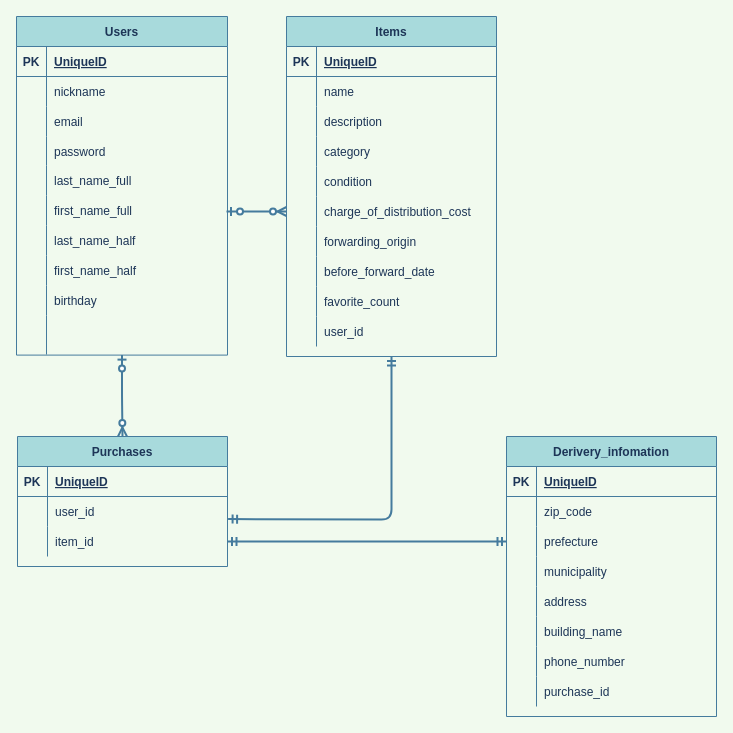
This is ER.dio from konno-tech/furima-31063, a draw.io file, before an edit. Source tidied: cells renumbered, new cells numbered last; positions are measured from the earlier drawing's top-left corner, leaving out a move shared by most shapes. Both pictures are drawn from the tidied source at 100%, with x=0, y=0 at pixel (16, 16).
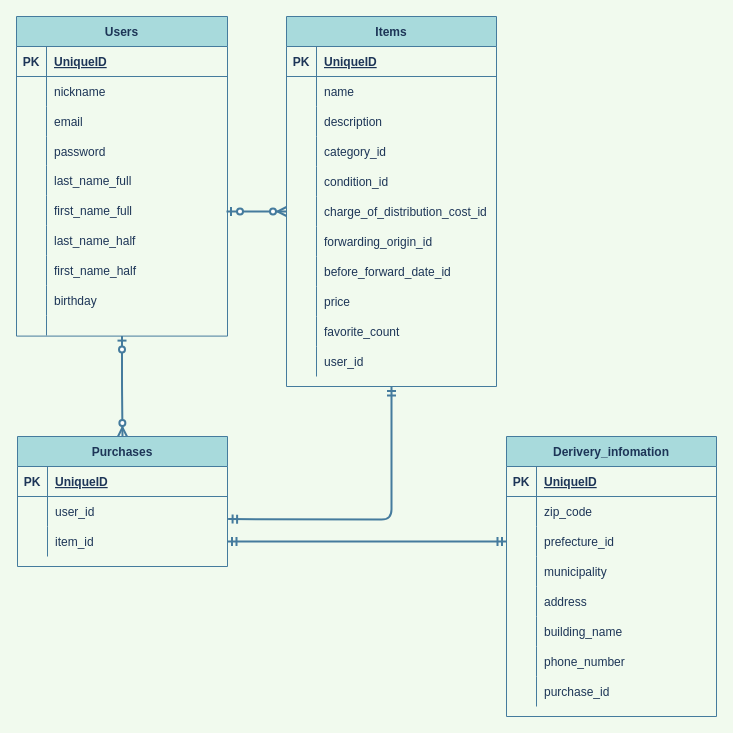
The same page after the edit.

Commit message (it also covers changes not shown here):
ER図・READMEへのテーブル設計記述_提出2回目

The change refers to these unchanged cells:
```xml
<mxCell id="45" style="shape=partialRectangle;fillColor=none;top=0;left=0;bottom=0;right=0;strokeColor=#457B9D;fontColor=#1D3557;" parent="35" vertex="1">
  <mxGeometry y="120" width="210" height="30" as="geometry" />
</mxCell>
<mxCell id="48" style="shape=partialRectangle;fillColor=none;top=0;left=0;bottom=0;right=0;strokeColor=#457B9D;fontColor=#1D3557;" parent="35" vertex="1">
  <mxGeometry y="150" width="210" height="30" as="geometry" />
</mxCell>
<mxCell id="51" style="shape=partialRectangle;fillColor=none;top=0;left=0;bottom=0;right=0;points=[[0,0.5],[1,0.5]];portConstraint=eastwest;strokeColor=#457B9D;fontColor=#1D3557;" parent="35" vertex="1">
  <mxGeometry y="180" width="210" height="30" as="geometry" />
</mxCell>
<mxCell id="54" style="shape=partialRectangle;fillColor=none;top=0;left=0;bottom=0;right=0;strokeColor=#457B9D;fontColor=#1D3557;" parent="35" vertex="1">
  <mxGeometry y="210" width="210" height="30" as="geometry" />
</mxCell>
<mxCell id="57" style="shape=partialRectangle;fillColor=none;top=0;left=0;bottom=0;right=0;strokeColor=#457B9D;fontColor=#1D3557;" parent="35" vertex="1">
  <mxGeometry y="240" width="210" height="30" as="geometry" />
</mxCell>
<mxCell id="85" style="shape=partialRectangle;fillColor=none;top=0;left=0;bottom=0;right=0;points=[[0,0.5],[1,0.5]];portConstraint=eastwest;strokeColor=#457B9D;fontColor=#1D3557;" parent="78" vertex="1">
  <mxGeometry y="90" width="210" height="30" as="geometry" />
</mxCell>
```

Change to the diagram source:
```diff
@@
     <mxCell id="2" value="Users" style="shape=table;startSize=30;childLayout=tableLayout;rowLines=0;fontStyle=1;align=center;fillColor=#A8DADC;strokeColor=#457B9D;fontColor=#1D3557;" parent="1" vertex="1">
-      <mxGeometry width="211" height="338.6" as="geometry" />
+      <mxGeometry width="211" height="319.6" as="geometry" />
     </mxCell>
@@
     <mxCell id="30" style="shape=partialRectangle;fillColor=none;top=0;left=0;bottom=0;right=0;strokeColor=#457B9D;fontColor=#1D3557;" parent="2" vertex="1">
-      <mxGeometry y="299" width="211" height="39" as="geometry" />
+      <mxGeometry y="299" width="211" height="20" as="geometry" />
     </mxCell>
     <mxCell id="31" style="shape=partialRectangle;fillColor=none;top=0;left=0;bottom=0;right=0;overflow=hidden;strokeColor=#457B9D;fontColor=#1D3557;" parent="30" vertex="1">
-      <mxGeometry width="30" height="39" as="geometry" />
+      <mxGeometry width="30" height="20" as="geometry" />
     </mxCell>
     <mxCell id="32" style="shape=partialRectangle;fillColor=none;top=0;left=0;bottom=0;right=0;align=left;spacingLeft=6;overflow=hidden;strokeColor=#457B9D;fontColor=#1D3557;" parent="30" vertex="1">
-      <mxGeometry x="30" width="181" height="39" as="geometry" />
+      <mxGeometry x="30" width="181" height="20" as="geometry" />
     </mxCell>
@@
     <mxCell id="35" value="Items" style="shape=table;startSize=30;childLayout=tableLayout;rowLines=0;fontStyle=1;align=center;fillColor=#A8DADC;strokeColor=#457B9D;fontColor=#1D3557;" parent="1" vertex="1">
-      <mxGeometry x="270" width="210" height="340" as="geometry" />
+      <mxGeometry x="270" width="210" height="370" as="geometry" />
     </mxCell>
@@
-    <mxCell id="47" value="category" style="shape=partialRectangle;fillColor=none;top=0;left=0;bottom=0;right=0;align=left;spacingLeft=6;overflow=hidden;strokeColor=#457B9D;fontColor=#1D3557;" parent="45" vertex="1">
+    <mxCell id="47" value="category_id" style="shape=partialRectangle;fillColor=none;top=0;left=0;bottom=0;right=0;align=left;spacingLeft=6;overflow=hidden;strokeColor=#457B9D;fontColor=#1D3557;" parent="45" vertex="1">
       <mxGeometry x="30" width="180" height="30" as="geometry" />
     </mxCell>
@@
-    <mxCell id="50" value="condition" style="shape=partialRectangle;fillColor=none;top=0;left=0;bottom=0;right=0;align=left;spacingLeft=6;overflow=hidden;strokeColor=#457B9D;fontColor=#1D3557;" parent="48" vertex="1">
+    <mxCell id="50" value="condition_id" style="shape=partialRectangle;fillColor=none;top=0;left=0;bottom=0;right=0;align=left;spacingLeft=6;overflow=hidden;strokeColor=#457B9D;fontColor=#1D3557;" parent="48" vertex="1">
       <mxGeometry x="30" width="180" height="30" as="geometry" />
     </mxCell>
@@
-    <mxCell id="53" value="charge_of_distribution_cost" style="shape=partialRectangle;fillColor=none;top=0;left=0;bottom=0;right=0;align=left;spacingLeft=6;overflow=hidden;strokeColor=#457B9D;fontColor=#1D3557;" parent="51" vertex="1">
+    <mxCell id="53" value="charge_of_distribution_cost_id" style="shape=partialRectangle;fillColor=none;top=0;left=0;bottom=0;right=0;align=left;spacingLeft=6;overflow=hidden;strokeColor=#457B9D;fontColor=#1D3557;" parent="51" vertex="1">
       <mxGeometry x="30" width="180" height="30" as="geometry" />
     </mxCell>
@@
-    <mxCell id="56" value="forwarding_origin" style="shape=partialRectangle;fillColor=none;top=0;left=0;bottom=0;right=0;align=left;spacingLeft=6;overflow=hidden;strokeColor=#457B9D;fontColor=#1D3557;" parent="54" vertex="1">
+    <mxCell id="56" value="forwarding_origin_id" style="shape=partialRectangle;fillColor=none;top=0;left=0;bottom=0;right=0;align=left;spacingLeft=6;overflow=hidden;strokeColor=#457B9D;fontColor=#1D3557;" parent="54" vertex="1">
       <mxGeometry x="30" width="180" height="30" as="geometry" />
     </mxCell>
@@
-    <mxCell id="59" value="before_forward_date" style="shape=partialRectangle;fillColor=none;top=0;left=0;bottom=0;right=0;align=left;spacingLeft=6;overflow=hidden;strokeColor=#457B9D;fontColor=#1D3557;" parent="57" vertex="1">
+    <mxCell id="59" value="before_forward_date_id" style="shape=partialRectangle;fillColor=none;top=0;left=0;bottom=0;right=0;align=left;spacingLeft=6;overflow=hidden;strokeColor=#457B9D;fontColor=#1D3557;" parent="57" vertex="1">
       <mxGeometry x="30" width="180" height="30" as="geometry" />
     </mxCell>
+    <mxCell id="103" style="shape=partialRectangle;fillColor=none;top=0;left=0;bottom=0;right=0;strokeColor=#457B9D;fontColor=#1D3557;" parent="35" vertex="1">
+      <mxGeometry y="270" width="210" height="30" as="geometry" />
+    </mxCell>
+    <mxCell id="104" style="shape=partialRectangle;fillColor=none;top=0;left=0;bottom=0;right=0;overflow=hidden;strokeColor=#457B9D;fontColor=#1D3557;" parent="103" vertex="1">
+      <mxGeometry width="30" height="30" as="geometry" />
+    </mxCell>
+    <mxCell id="105" value="price" style="shape=partialRectangle;fillColor=none;top=0;left=0;bottom=0;right=0;align=left;spacingLeft=6;overflow=hidden;strokeColor=#457B9D;fontColor=#1D3557;" parent="103" vertex="1">
+      <mxGeometry x="30" width="180" height="30" as="geometry" />
+    </mxCell>
     <mxCell id="60" style="shape=partialRectangle;fillColor=none;top=0;left=0;bottom=0;right=0;strokeColor=#457B9D;fontColor=#1D3557;" parent="35" vertex="1">
-      <mxGeometry y="270" width="210" height="30" as="geometry" />
+      <mxGeometry y="300" width="210" height="30" as="geometry" />
     </mxCell>
@@
     <mxCell id="63" style="shape=partialRectangle;fillColor=none;top=0;left=0;bottom=0;right=0;strokeColor=#457B9D;fontColor=#1D3557;" parent="35" vertex="1">
-      <mxGeometry y="300" width="210" height="30" as="geometry" />
+      <mxGeometry y="330" width="210" height="30" as="geometry" />
     </mxCell>
@@
-    <mxCell id="87" value="prefecture" style="shape=partialRectangle;fillColor=none;top=0;left=0;bottom=0;right=0;align=left;spacingLeft=6;overflow=hidden;strokeColor=#457B9D;fontColor=#1D3557;" parent="85" vertex="1">
+    <mxCell id="87" value="prefecture_id" style="shape=partialRectangle;fillColor=none;top=0;left=0;bottom=0;right=0;align=left;spacingLeft=6;overflow=hidden;strokeColor=#457B9D;fontColor=#1D3557;" parent="85" vertex="1">
       <mxGeometry x="30" width="180" height="30" as="geometry" />
     </mxCell>
```
